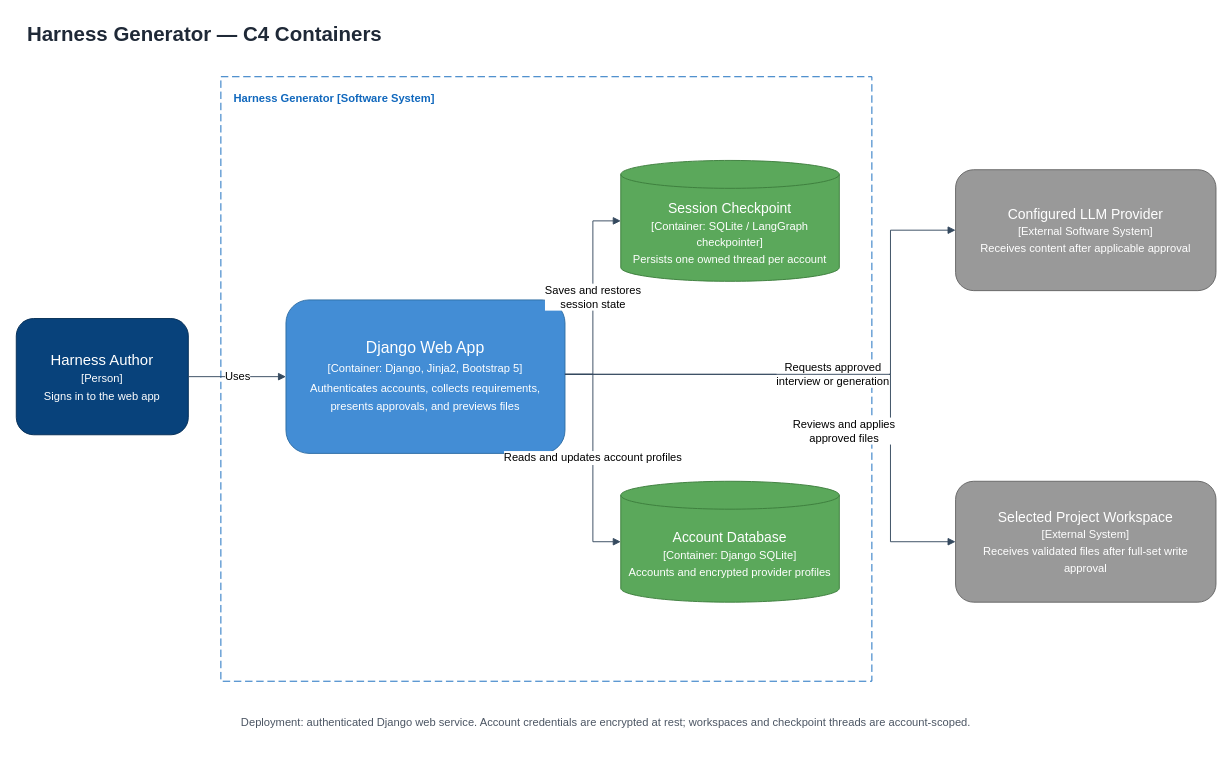
The draw.io diagram docs/diagrams/c4-containers.drawio in eduardmelnychenko/harness-gen, before the edit. Source tidied: cells renumbered, new cells numbered last; positions are measured from the earlier drawing's top-left corner, leaving out a move shared by most shapes. Both pictures are drawn from the tidied source at 93%, with x=0, y=0 at pixel (16, 16).
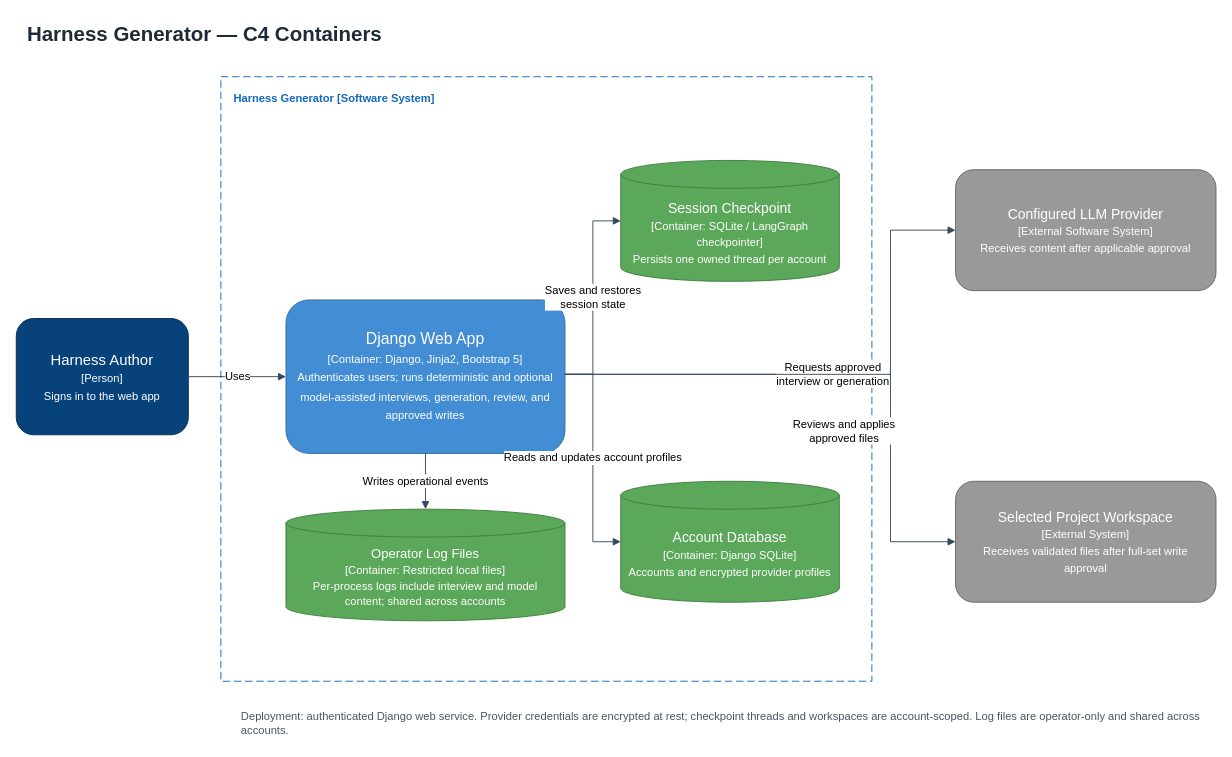
Above is the later version.

Diff of the diagram source:
```diff
@@
-    <mxCell id="5" value="Django Web App&lt;br&gt;&lt;font style=&quot;font-size:12px&quot;&gt;[Container: Django, Jinja2, Bootstrap 5]&lt;br&gt;Authenticates accounts, collects requirements, presents approvals, and previews files&lt;/font&gt;" style="rounded=1;whiteSpace=wrap;html=1;fillColor=#438dd5;fontColor=#ffffff;strokeColor=#2e6da4;fontSize=17;align=center;verticalAlign=middle;spacing=10;" parent="1" vertex="1">
+    <mxCell id="5" value="Django Web App&lt;br&gt;&lt;font style=&quot;font-size:12px&quot;&gt;[Container: Django, Jinja2, Bootstrap 5]&lt;br&gt;Authenticates users; runs deterministic and optional model-assisted interviews, generation, review, and approved writes&lt;/font&gt;" style="rounded=1;whiteSpace=wrap;html=1;fillColor=#438dd5;fontColor=#ffffff;strokeColor=#2e6da4;fontSize=17;align=center;verticalAlign=middle;spacing=10;" parent="1" vertex="1">
       <mxGeometry x="290" y="305" width="300" height="165" as="geometry" />
     </mxCell>
@@
+    <mxCell id="16" value="Operator Log Files&lt;br&gt;&lt;font style=&quot;font-size:12px&quot;&gt;[Container: Restricted local files]&lt;br&gt;Per-process logs include interview and model content; shared across accounts&lt;/font&gt;" style="shape=cylinder3;whiteSpace=wrap;html=1;boundedLbl=1;backgroundOutline=1;size=15;fillColor=#5ba85b;fontColor=#ffffff;strokeColor=#3d7d3d;fontSize=14;align=center;verticalAlign=middle;spacing=8;" parent="1" vertex="1">
+      <mxGeometry x="290" y="530" width="300" height="120" as="geometry" />
+    </mxCell>
@@
+    <mxCell id="17" value="Writes operational events" style="edgeStyle=orthogonalEdgeStyle;rounded=0;jettySize=auto;html=1;endArrow=block;endFill=1;strokeColor=#34495e;fontSize=12;labelBackgroundColor=#ffffff;" parent="1" edge="1" source="5" target="16">
+      <mxGeometry relative="1" as="geometry" />
+    </mxCell>
@@
-    <mxCell id="15" value="Deployment: authenticated Django web service. Account credentials are encrypted at rest; workspaces and checkpoint threads are account-scoped." style="text;html=1;align=left;verticalAlign=middle;whiteSpace=wrap;rounded=0;fontSize=12;fontColor=#4b5563;" parent="1" vertex="1">
+    <mxCell id="15" value="Deployment: authenticated Django web service. Provider credentials are encrypted at rest; checkpoint threads and workspaces are account-scoped. Log files are operator-only and shared across accounts." style="text;html=1;align=left;verticalAlign=middle;whiteSpace=wrap;rounded=0;fontSize=12;fontColor=#4b5563;" parent="1" vertex="1">
       <mxGeometry x="240" y="740" width="1040" height="40" as="geometry" />
     </mxCell>
```
